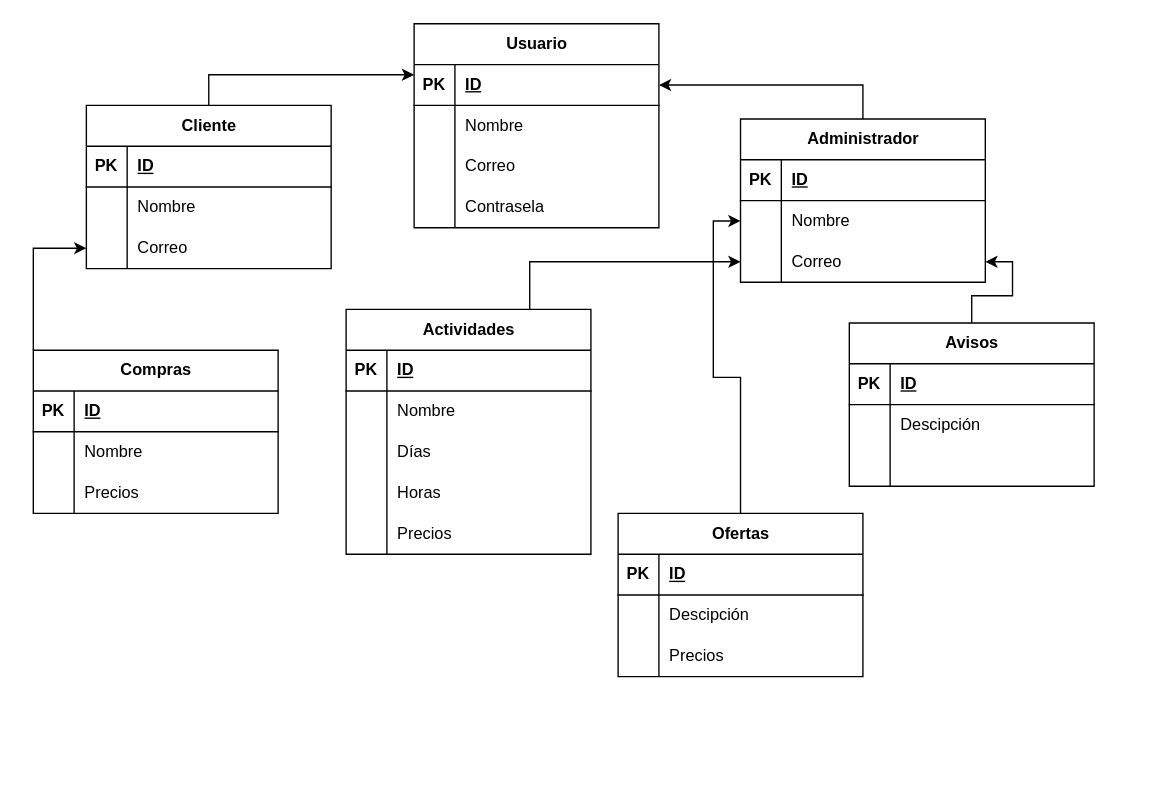
The draw.io diagram relacional.drawio in HuBaMarin/projDespliegue, before the edit. Source tidied: cells renumbered, new cells numbered last; positions are measured from the earlier drawing's top-left corner, leaving out a move shared by most shapes. Both pictures are drawn from the tidied source at 136%, with x=0, y=0 at pixel (33, 23).
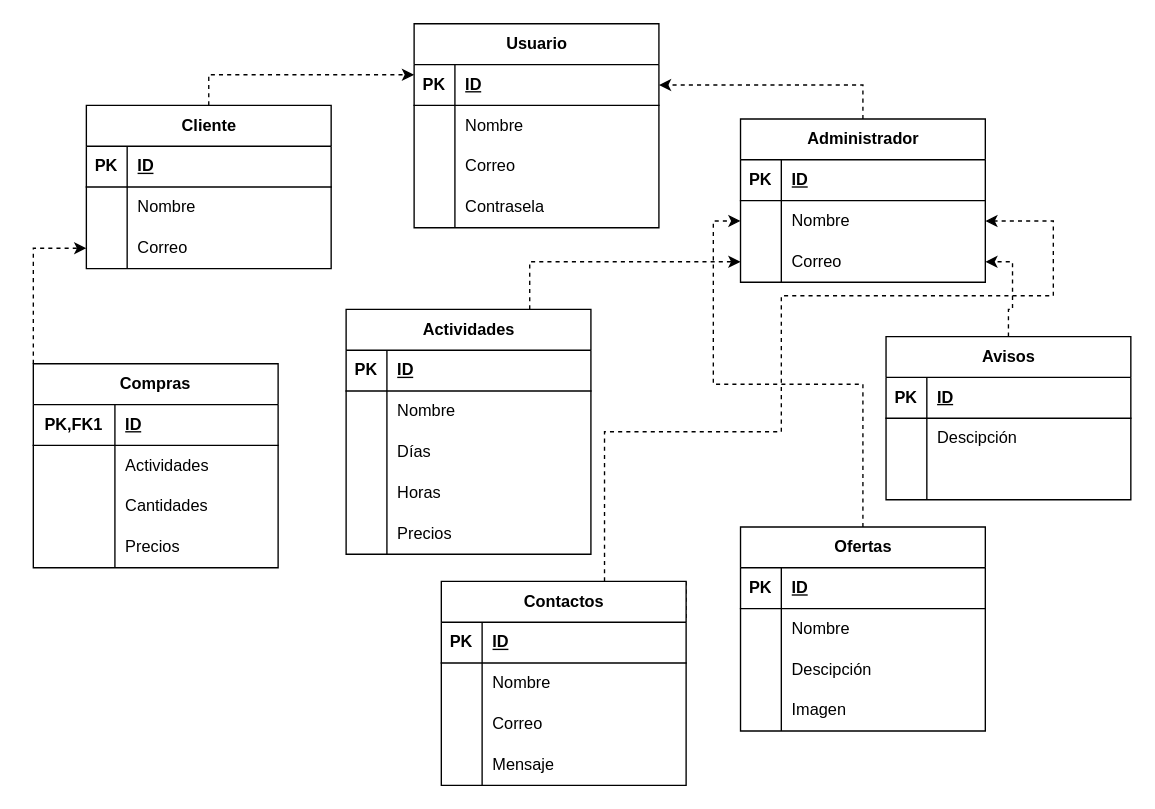
Above is the later version.

Unchanged cells that the change refers to:
```xml
<mxCell id="2" value="Usuario" style="shape=table;startSize=30;childLayout=tableLayout;rowLines=0;fontStyle=1;align=center;html=1;" parent="1" vertex="1">
  <mxGeometry x="280" width="180" height="150" as="geometry" />
</mxCell>
<mxCell id="3" style="shape=tableRow;horizontal=0;startSize=0;swimlaneHead=0;swimlaneBody=0;fillColor=none;points=[[0,0.5],[1,0.5]];portConstraint=eastwest;top=0;left=0;right=0;bottom=1;" parent="2" vertex="1">
  <mxGeometry y="30" width="180" height="30" as="geometry" />
</mxCell>
<mxCell id="16" value="Cliente" style="shape=table;startSize=30;childLayout=tableLayout;rowLines=0;fontStyle=1;align=center;html=1;" parent="1" vertex="1">
  <mxGeometry x="39" y="60" width="180" height="120" as="geometry" />
</mxCell>
<mxCell id="23" style="shape=tableRow;horizontal=0;startSize=0;swimlaneHead=0;swimlaneBody=0;fillColor=none;points=[[0,0.5],[1,0.5]];portConstraint=eastwest;top=0;left=0;right=0;bottom=0;" parent="16" vertex="1">
  <mxGeometry y="90" width="180" height="30" as="geometry" />
</mxCell>
<mxCell id="38" value="Actividades" style="shape=table;startSize=30;childLayout=tableLayout;rowLines=0;fontStyle=1;align=center;html=1;" parent="1" vertex="1">
  <mxGeometry x="230" y="210" width="180" height="180" as="geometry" />
</mxCell>
<mxCell id="77" value="Administrador" style="shape=table;startSize=30;childLayout=tableLayout;rowLines=0;fontStyle=1;align=center;html=1;" parent="1" vertex="1">
  <mxGeometry x="520" y="70" width="180" height="120" as="geometry" />
</mxCell>
<mxCell id="81" style="shape=tableRow;horizontal=0;startSize=0;swimlaneHead=0;swimlaneBody=0;fillColor=none;points=[[0,0.5],[1,0.5]];portConstraint=eastwest;top=0;left=0;right=0;bottom=0;" parent="77" vertex="1">
  <mxGeometry y="60" width="180" height="30" as="geometry" />
</mxCell>
<mxCell id="84" style="shape=tableRow;horizontal=0;startSize=0;swimlaneHead=0;swimlaneBody=0;fillColor=none;points=[[0,0.5],[1,0.5]];portConstraint=eastwest;top=0;left=0;right=0;bottom=0;" parent="77" vertex="1">
  <mxGeometry y="90" width="180" height="30" as="geometry" />
</mxCell>
```

The edit, as a diff of the source:
```diff
@@
-    <mxCell id="15" style="edgeStyle=orthogonalEdgeStyle;rounded=0;jettySize=auto;html=1;exitX=0.5;exitY=0;exitDx=0;exitDy=0;entryX=0;entryY=0.25;entryDx=0;entryDy=0;" parent="1" edge="1" source="16" target="2">
+    <mxCell id="15" style="edgeStyle=orthogonalEdgeStyle;rounded=0;jettySize=auto;html=1;exitX=0.5;exitY=0;exitDx=0;exitDy=0;entryX=0;entryY=0.25;entryDx=0;entryDy=0;dashed=1;" parent="1" edge="1" source="16" target="2">
       <mxGeometry relative="1" as="geometry" />
     </mxCell>
@@
-    <mxCell id="26" style="edgeStyle=orthogonalEdgeStyle;rounded=0;jettySize=auto;html=1;exitX=0;exitY=0;exitDx=0;exitDy=0;entryX=0;entryY=0.5;entryDx=0;entryDy=0;" parent="1" edge="1" source="27" target="23">
+    <mxCell id="26" style="edgeStyle=orthogonalEdgeStyle;rounded=0;jettySize=auto;html=1;exitX=0;exitY=0;exitDx=0;exitDy=0;entryX=0;entryY=0.5;entryDx=0;entryDy=0;dashed=1;" parent="1" edge="1" source="27" target="23">
       <mxGeometry relative="1" as="geometry" />
     </mxCell>
-    <mxCell id="27" value="Compras" style="shape=table;startSize=30;childLayout=tableLayout;rowLines=0;fontStyle=1;align=center;html=1;" parent="1" vertex="1">
-      <mxGeometry y="240" width="180" height="120" as="geometry" />
-    </mxCell>
-    <mxCell id="28" style="shape=tableRow;horizontal=0;startSize=0;swimlaneHead=0;swimlaneBody=0;fillColor=none;top=0;left=0;right=0;bottom=1;" parent="27" vertex="1">
-      <mxGeometry y="30" width="180" height="30" as="geometry" />
-    </mxCell>
-    <mxCell id="29" value="PK" style="shape=partialRectangle;fillColor=none;top=0;left=0;bottom=0;right=0;fontStyle=1;overflow=hidden;whiteSpace=wrap;html=1;" parent="28" vertex="1">
-      <mxGeometry width="30" height="30" as="geometry" />
-    </mxCell>
-    <mxCell id="30" value="ID" style="shape=partialRectangle;fillColor=none;top=0;left=0;bottom=0;right=0;align=left;spacingLeft=6;fontStyle=5;overflow=hidden;whiteSpace=wrap;html=1;" parent="28" vertex="1">
-      <mxGeometry x="30" width="150" height="30" as="geometry" />
-    </mxCell>
-    <mxCell id="31" style="shape=tableRow;horizontal=0;startSize=0;swimlaneHead=0;swimlaneBody=0;fillColor=none;top=0;left=0;right=0;bottom=0;" parent="27" vertex="1">
-      <mxGeometry y="60" width="180" height="30" as="geometry" />
-    </mxCell>
-    <mxCell id="32" style="shape=partialRectangle;fillColor=none;top=0;left=0;bottom=0;right=0;overflow=hidden;whiteSpace=wrap;html=1;" parent="31" vertex="1">
-      <mxGeometry width="30" height="30" as="geometry" />
-    </mxCell>
-    <mxCell id="33" value="Nombre" style="shape=partialRectangle;fillColor=none;top=0;left=0;bottom=0;right=0;align=left;spacingLeft=6;overflow=hidden;whiteSpace=wrap;html=1;" parent="31" vertex="1">
-      <mxGeometry x="30" width="150" height="30" as="geometry" />
-    </mxCell>
-    <mxCell id="34" style="shape=tableRow;horizontal=0;startSize=0;swimlaneHead=0;swimlaneBody=0;fillColor=none;top=0;left=0;right=0;bottom=0;" parent="27" vertex="1">
-      <mxGeometry y="90" width="180" height="30" as="geometry" />
-    </mxCell>
-    <mxCell id="35" style="shape=partialRectangle;fillColor=none;top=0;left=0;bottom=0;right=0;overflow=hidden;whiteSpace=wrap;html=1;" parent="34" vertex="1">
-      <mxGeometry width="30" height="30" as="geometry" />
-    </mxCell>
-    <mxCell id="36" value="Precios" style="shape=partialRectangle;fillColor=none;top=0;left=0;bottom=0;right=0;align=left;spacingLeft=6;overflow=hidden;whiteSpace=wrap;html=1;" parent="34" vertex="1">
-      <mxGeometry x="30" width="150" height="30" as="geometry" />
-    </mxCell>
-    <mxCell id="37" style="edgeStyle=orthogonalEdgeStyle;rounded=0;jettySize=auto;html=1;exitX=0.75;exitY=0;exitDx=0;exitDy=0;entryX=0;entryY=0.5;entryDx=0;entryDy=0;" parent="1" edge="1" source="38" target="84">
+    <mxCell id="37" style="edgeStyle=orthogonalEdgeStyle;rounded=0;jettySize=auto;html=1;exitX=0.75;exitY=0;exitDx=0;exitDy=0;entryX=0;entryY=0.5;entryDx=0;entryDy=0;dashed=1;" parent="1" edge="1" source="38" target="84">
       <mxGeometry relative="1" as="geometry" />
     </mxCell>
@@
-    <mxCell id="54" style="edgeStyle=orthogonalEdgeStyle;rounded=0;jettySize=auto;html=1;exitX=0.5;exitY=0;exitDx=0;exitDy=0;entryX=1;entryY=0.5;entryDx=0;entryDy=0;" parent="1" edge="1" source="55" target="84">
+    <mxCell id="54" style="edgeStyle=orthogonalEdgeStyle;rounded=0;jettySize=auto;html=1;exitX=0.5;exitY=0;exitDx=0;exitDy=0;entryX=1;entryY=0.5;entryDx=0;entryDy=0;dashed=1;" parent="1" edge="1" source="55" target="84">
       <mxGeometry relative="1" as="geometry" />
     </mxCell>
     <mxCell id="55" value="Avisos" style="shape=table;startSize=30;childLayout=tableLayout;rowLines=0;fontStyle=1;align=center;html=1;" parent="1" vertex="1">
-      <mxGeometry x="600" y="220" width="180" height="120" as="geometry" />
+      <mxGeometry x="627" y="230" width="180" height="120" as="geometry" />
     </mxCell>
@@
-    <mxCell id="65" style="edgeStyle=orthogonalEdgeStyle;rounded=0;jettySize=auto;html=1;exitX=0.5;exitY=0;exitDx=0;exitDy=0;entryX=0;entryY=0.5;entryDx=0;entryDy=0;" parent="1" edge="1" source="66" target="81">
+    <mxCell id="65" style="edgeStyle=orthogonalEdgeStyle;rounded=0;jettySize=auto;html=1;exitX=0.5;exitY=0;exitDx=0;exitDy=0;entryX=0;entryY=0.5;entryDx=0;entryDy=0;dashed=1;" parent="1" edge="1" source="66" target="81">
       <mxGeometry relative="1" as="geometry" />
     </mxCell>
     <mxCell id="66" value="Ofertas" style="shape=table;startSize=30;childLayout=tableLayout;rowLines=0;fontStyle=1;align=center;html=1;" parent="1" vertex="1">
-      <mxGeometry x="430" y="360" width="180" height="120" as="geometry" />
+      <mxGeometry x="520" y="370" width="180" height="150" as="geometry" />
     </mxCell>
@@
-    <mxCell id="70" style="shape=tableRow;horizontal=0;startSize=0;swimlaneHead=0;swimlaneBody=0;fillColor=none;top=0;left=0;right=0;bottom=0;" parent="66" vertex="1">
-      <mxGeometry y="60" width="180" height="30" as="geometry" />
-    </mxCell>
-    <mxCell id="71" style="shape=partialRectangle;fillColor=none;top=0;left=0;bottom=0;right=0;overflow=hidden;whiteSpace=wrap;html=1;" parent="70" vertex="1">
-      <mxGeometry width="30" height="30" as="geometry" />
-    </mxCell>
-    <mxCell id="72" value="Descipción" style="shape=partialRectangle;fillColor=none;top=0;left=0;bottom=0;right=0;align=left;spacingLeft=6;overflow=hidden;whiteSpace=wrap;html=1;" parent="70" vertex="1">
-      <mxGeometry x="30" width="150" height="30" as="geometry" />
-    </mxCell>
     <mxCell id="73" style="shape=tableRow;horizontal=0;startSize=0;swimlaneHead=0;swimlaneBody=0;fillColor=none;top=0;left=0;right=0;bottom=0;" parent="66" vertex="1">
-      <mxGeometry y="90" width="180" height="30" as="geometry" />
+      <mxGeometry y="60" width="180" height="30" as="geometry" />
     </mxCell>
@@
-    <mxCell id="75" value="Precios" style="shape=partialRectangle;fillColor=none;top=0;left=0;bottom=0;right=0;align=left;spacingLeft=6;overflow=hidden;whiteSpace=wrap;html=1;" parent="73" vertex="1">
+    <mxCell id="75" value="Nombre" style="shape=partialRectangle;fillColor=none;top=0;left=0;bottom=0;right=0;align=left;spacingLeft=6;overflow=hidden;whiteSpace=wrap;html=1;" parent="73" vertex="1">
       <mxGeometry x="30" width="150" height="30" as="geometry" />
     </mxCell>
+    <mxCell id="87" style="shape=tableRow;horizontal=0;startSize=0;swimlaneHead=0;swimlaneBody=0;fillColor=none;top=0;left=0;right=0;bottom=0;" parent="66" vertex="1">
+      <mxGeometry y="90" width="180" height="30" as="geometry" />
+    </mxCell>
+    <mxCell id="88" style="shape=partialRectangle;fillColor=none;top=0;left=0;bottom=0;right=0;overflow=hidden;whiteSpace=wrap;html=1;" parent="87" vertex="1">
+      <mxGeometry width="30" height="30" as="geometry" />
+    </mxCell>
+    <mxCell id="72" value="Descipción" style="shape=partialRectangle;fillColor=none;top=0;left=0;bottom=0;right=0;align=left;spacingLeft=6;overflow=hidden;whiteSpace=wrap;html=1;" parent="87" vertex="1">
+      <mxGeometry x="30" width="150" height="30" as="geometry" />
+    </mxCell>
+    <mxCell id="89" style="shape=tableRow;horizontal=0;startSize=0;swimlaneHead=0;swimlaneBody=0;fillColor=none;top=0;left=0;right=0;bottom=0;" parent="66" vertex="1">
+      <mxGeometry y="120" width="180" height="30" as="geometry" />
+    </mxCell>
+    <mxCell id="90" style="shape=partialRectangle;fillColor=none;top=0;left=0;bottom=0;right=0;overflow=hidden;whiteSpace=wrap;html=1;" parent="89" vertex="1">
+      <mxGeometry width="30" height="30" as="geometry" />
+    </mxCell>
+    <mxCell id="91" value="Imagen" style="shape=partialRectangle;fillColor=none;top=0;left=0;bottom=0;right=0;align=left;spacingLeft=6;overflow=hidden;whiteSpace=wrap;html=1;" parent="89" vertex="1">
+      <mxGeometry x="30" width="150" height="30" as="geometry" />
+    </mxCell>
-    <mxCell id="76" style="edgeStyle=orthogonalEdgeStyle;rounded=0;jettySize=auto;html=1;entryX=1;entryY=0.5;entryDx=0;entryDy=0;" parent="1" edge="1" source="77" target="3">
+    <mxCell id="76" style="edgeStyle=orthogonalEdgeStyle;rounded=0;jettySize=auto;html=1;entryX=1;entryY=0.5;entryDx=0;entryDy=0;dashed=1;" parent="1" edge="1" source="77" target="3">
       <mxGeometry relative="1" as="geometry" />
     </mxCell>
@@
+    <mxCell id="27" value="Compras" style="shape=table;startSize=30;childLayout=tableLayout;rowLines=0;fontStyle=1;align=center;html=1;whiteSpace=wrap;" parent="1" vertex="1">
+      <mxGeometry y="250" width="180" height="150" as="geometry" />
+    </mxCell>
+    <mxCell id="92" style="shape=tableRow;horizontal=0;startSize=0;swimlaneHead=0;swimlaneBody=0;fillColor=none;top=0;left=0;right=0;bottom=1;html=1;" parent="27" vertex="1">
+      <mxGeometry y="30" width="180" height="30" as="geometry" />
+    </mxCell>
+    <mxCell id="93" value="PK,FK1" style="shape=partialRectangle;fillColor=none;top=0;left=0;bottom=0;right=0;fontStyle=1;overflow=hidden;html=1;whiteSpace=wrap;" parent="92" vertex="1">
+      <mxGeometry width="60" height="30" as="geometry" />
+    </mxCell>
+    <mxCell id="94" value="ID" style="shape=partialRectangle;fillColor=none;top=0;left=0;bottom=0;right=0;align=left;spacingLeft=6;fontStyle=5;overflow=hidden;html=1;whiteSpace=wrap;" parent="92" vertex="1">
+      <mxGeometry x="60" width="120" height="30" as="geometry" />
+    </mxCell>
+    <mxCell id="95" style="shape=tableRow;horizontal=0;startSize=0;swimlaneHead=0;swimlaneBody=0;fillColor=none;top=0;left=0;right=0;bottom=0;html=1;" parent="27" vertex="1">
+      <mxGeometry y="60" width="180" height="30" as="geometry" />
+    </mxCell>
+    <mxCell id="96" style="shape=partialRectangle;fillColor=none;top=0;left=0;bottom=0;right=0;overflow=hidden;html=1;whiteSpace=wrap;" parent="95" vertex="1">
+      <mxGeometry width="60" height="30" as="geometry" />
+    </mxCell>
+    <mxCell id="97" value="Actividades" style="shape=partialRectangle;fillColor=none;top=0;left=0;bottom=0;right=0;align=left;spacingLeft=6;overflow=hidden;html=1;whiteSpace=wrap;" parent="95" vertex="1">
+      <mxGeometry x="60" width="120" height="30" as="geometry" />
+    </mxCell>
+    <mxCell id="98" style="shape=tableRow;horizontal=0;startSize=0;swimlaneHead=0;swimlaneBody=0;fillColor=none;top=0;left=0;right=0;bottom=0;html=1;" parent="27" vertex="1">
+      <mxGeometry y="90" width="180" height="30" as="geometry" />
+    </mxCell>
+    <mxCell id="99" style="shape=partialRectangle;fillColor=none;top=0;left=0;bottom=0;right=0;overflow=hidden;html=1;whiteSpace=wrap;" parent="98" vertex="1">
+      <mxGeometry width="60" height="30" as="geometry" />
+    </mxCell>
+    <mxCell id="100" value="Cantidades" style="shape=partialRectangle;fillColor=none;top=0;left=0;bottom=0;right=0;align=left;spacingLeft=6;overflow=hidden;html=1;whiteSpace=wrap;" parent="98" vertex="1">
+      <mxGeometry x="60" width="120" height="30" as="geometry" />
+    </mxCell>
+    <mxCell id="101" style="shape=tableRow;horizontal=0;startSize=0;swimlaneHead=0;swimlaneBody=0;fillColor=none;top=0;left=0;right=0;bottom=0;html=1;" parent="27" vertex="1">
+      <mxGeometry y="120" width="180" height="30" as="geometry" />
+    </mxCell>
+    <mxCell id="102" style="shape=partialRectangle;fillColor=none;top=0;left=0;bottom=0;right=0;overflow=hidden;html=1;whiteSpace=wrap;" parent="101" vertex="1">
+      <mxGeometry width="60" height="30" as="geometry" />
+    </mxCell>
+    <mxCell id="36" value="Precios" style="shape=partialRectangle;fillColor=none;top=0;left=0;bottom=0;right=0;align=left;spacingLeft=6;overflow=hidden;html=1;whiteSpace=wrap;" parent="101" vertex="1">
+      <mxGeometry x="60" width="120" height="30" as="geometry" />
+    </mxCell>
+    <mxCell id="103" style="shape=tableRow;horizontal=0;startSize=0;swimlaneHead=0;swimlaneBody=0;fillColor=none;top=0;left=0;right=0;bottom=0;html=1;" parent="1" vertex="1">
+      <mxGeometry x="120" y="510" width="180" height="30" as="geometry" />
+    </mxCell>
+    <mxCell id="104" style="shape=partialRectangle;fillColor=none;top=0;left=0;bottom=0;right=0;overflow=hidden;html=1;whiteSpace=wrap;" parent="103" vertex="1">
+      <mxGeometry width="60" height="30" as="geometry" />
+    </mxCell>
+    <mxCell id="105" style="edgeStyle=orthogonalEdgeStyle;rounded=0;jettySize=auto;html=1;exitX=1;exitY=0;exitDx=0;exitDy=0;entryX=1;entryY=0.5;entryDx=0;entryDy=0;dashed=1;" parent="1" edge="1" source="106" target="81">
+      <mxGeometry relative="1" as="geometry">
+        <Array as="points">
+          <mxPoint x="420" y="440" />
+          <mxPoint x="420" y="300" />
+          <mxPoint x="550" y="300" />
+          <mxPoint x="550" y="200" />
+          <mxPoint x="750" y="200" />
+          <mxPoint x="750" y="145" />
+        </Array>
+      </mxGeometry>
+    </mxCell>
+    <mxCell id="106" value="Contactos" style="shape=table;startSize=30;childLayout=tableLayout;rowLines=0;fontStyle=1;align=center;html=1;" parent="1" vertex="1">
+      <mxGeometry x="300" y="410" width="180" height="150" as="geometry" />
+    </mxCell>
+    <mxCell id="28" style="shape=tableRow;horizontal=0;startSize=0;swimlaneHead=0;swimlaneBody=0;fillColor=none;top=0;left=0;right=0;bottom=1;" parent="106" vertex="1">
+      <mxGeometry y="30" width="180" height="30" as="geometry" />
+    </mxCell>
+    <mxCell id="29" value="PK" style="shape=partialRectangle;fillColor=none;top=0;left=0;bottom=0;right=0;fontStyle=1;overflow=hidden;whiteSpace=wrap;html=1;" parent="28" vertex="1">
+      <mxGeometry width="30" height="30" as="geometry" />
+    </mxCell>
+    <mxCell id="30" value="ID" style="shape=partialRectangle;fillColor=none;top=0;left=0;bottom=0;right=0;align=left;spacingLeft=6;fontStyle=5;overflow=hidden;whiteSpace=wrap;html=1;" parent="28" vertex="1">
+      <mxGeometry x="30" width="150" height="30" as="geometry" />
+    </mxCell>
+    <mxCell id="107" style="shape=tableRow;horizontal=0;startSize=0;swimlaneHead=0;swimlaneBody=0;fillColor=none;top=0;left=0;right=0;bottom=0;" parent="106" vertex="1">
+      <mxGeometry y="60" width="180" height="30" as="geometry" />
+    </mxCell>
+    <mxCell id="108" style="shape=partialRectangle;fillColor=none;top=0;left=0;bottom=0;right=0;overflow=hidden;whiteSpace=wrap;html=1;" parent="107" vertex="1">
+      <mxGeometry width="30" height="30" as="geometry" />
+    </mxCell>
+    <mxCell id="33" value="Nombre" style="shape=partialRectangle;fillColor=none;top=0;left=0;bottom=0;right=0;align=left;spacingLeft=6;overflow=hidden;whiteSpace=wrap;html=1;" parent="107" vertex="1">
+      <mxGeometry x="30" width="150" height="30" as="geometry" />
+    </mxCell>
+    <mxCell id="109" style="shape=tableRow;horizontal=0;startSize=0;swimlaneHead=0;swimlaneBody=0;fillColor=none;top=0;left=0;right=0;bottom=0;" parent="106" vertex="1">
+      <mxGeometry y="90" width="180" height="30" as="geometry" />
+    </mxCell>
+    <mxCell id="110" style="shape=partialRectangle;fillColor=none;top=0;left=0;bottom=0;right=0;overflow=hidden;whiteSpace=wrap;html=1;" parent="109" vertex="1">
+      <mxGeometry width="30" height="30" as="geometry" />
+    </mxCell>
+    <mxCell id="111" value="Correo" style="shape=partialRectangle;fillColor=none;top=0;left=0;bottom=0;right=0;align=left;spacingLeft=6;overflow=hidden;whiteSpace=wrap;html=1;" parent="109" vertex="1">
+      <mxGeometry x="30" width="150" height="30" as="geometry" />
+    </mxCell>
+    <mxCell id="112" style="shape=tableRow;horizontal=0;startSize=0;swimlaneHead=0;swimlaneBody=0;fillColor=none;top=0;left=0;right=0;bottom=0;" parent="106" vertex="1">
+      <mxGeometry y="120" width="180" height="30" as="geometry" />
+    </mxCell>
+    <mxCell id="113" style="shape=partialRectangle;fillColor=none;top=0;left=0;bottom=0;right=0;overflow=hidden;whiteSpace=wrap;html=1;" parent="112" vertex="1">
+      <mxGeometry width="30" height="30" as="geometry" />
+    </mxCell>
+    <mxCell id="114" value="Mensaje" style="shape=partialRectangle;fillColor=none;top=0;left=0;bottom=0;right=0;align=left;spacingLeft=6;overflow=hidden;whiteSpace=wrap;html=1;" parent="112" vertex="1">
+      <mxGeometry x="30" width="150" height="30" as="geometry" />
+    </mxCell>
```
